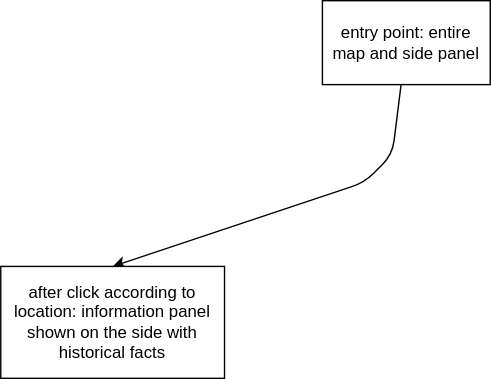
The draw.io diagram ux-design/wireframe.svg in sachiniyer/resow, before a commit. Source tidied: cells renumbered, new cells last; positions are measured from the earlier drawing's top-left corner, leaving out a move shared by most shapes.
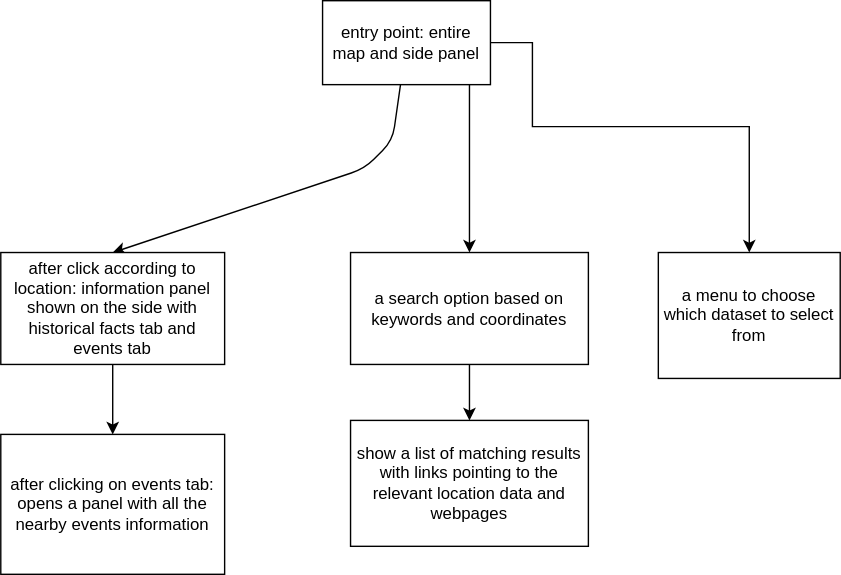
The same diagram one commit later.

Diff of the diagram source:
```diff
@@ -10,11 +10,48 @@
         </Array>
       </mxGeometry>
     </mxCell>
+    <mxCell id="5" style="edgeStyle=orthogonalEdgeStyle;rounded=0;jettySize=auto;html=1;entryX=0.5;entryY=0;entryDx=0;entryDy=0;" parent="1" edge="1" source="3" target="10">
+      <mxGeometry relative="1" as="geometry">
+        <Array as="points">
+          <mxPoint x="335" y="130" />
+          <mxPoint x="335" y="130" />
+        </Array>
+      </mxGeometry>
+    </mxCell>
+    <mxCell id="6" style="edgeStyle=orthogonalEdgeStyle;rounded=0;jettySize=auto;html=1;entryX=0.5;entryY=0;entryDx=0;entryDy=0;" parent="1" edge="1" source="3" target="12">
+      <mxGeometry relative="1" as="geometry">
+        <Array as="points">
+          <mxPoint x="380" y="40" />
+          <mxPoint x="380" y="100" />
+          <mxPoint x="535" y="100" />
+        </Array>
+      </mxGeometry>
+    </mxCell>
     <mxCell id="3" value="&lt;div&gt;entry point: entire map and side panel&lt;/div&gt;" style="whiteSpace=wrap;html=1;" parent="1" vertex="1">
-      <mxGeometry x="230" width="120" height="60" as="geometry" />
+      <mxGeometry x="230" y="10" width="120" height="60" as="geometry" />
     </mxCell>
+    <mxCell id="7" style="edgeStyle=orthogonalEdgeStyle;rounded=0;jettySize=auto;html=1;" parent="1" edge="1" source="4" target="8">
+      <mxGeometry relative="1" as="geometry" />
+    </mxCell>
-    <mxCell id="4" value="after click according to location: information panel shown on the side with historical facts" style="whiteSpace=wrap;html=1;" parent="1" vertex="1">
+    <mxCell id="4" value="after click according to location: information panel shown on the side with historical facts tab and events tab" style="whiteSpace=wrap;html=1;" parent="1" vertex="1">
       <mxGeometry y="190" width="160" height="80" as="geometry" />
     </mxCell>
+    <mxCell id="8" value="after clicking on events tab: opens a panel with all the nearby events information" style="rounded=0;whiteSpace=wrap;html=1;" parent="1" vertex="1">
+      <mxGeometry y="320" width="160" height="100" as="geometry" />
+    </mxCell>
+    <mxCell id="9" style="edgeStyle=orthogonalEdgeStyle;rounded=0;jettySize=auto;html=1;" parent="1" edge="1" source="10">
+      <mxGeometry relative="1" as="geometry">
+        <mxPoint x="335" y="310" as="targetPoint" />
+      </mxGeometry>
+    </mxCell>
+    <mxCell id="10" value="a search option based on keywords and coordinates" style="whiteSpace=wrap;html=1;" parent="1" vertex="1">
+      <mxGeometry x="250" y="190" width="170" height="80" as="geometry" />
+    </mxCell>
+    <mxCell id="11" value="show a list of matching results with links pointing to the relevant location data and webpages" style="whiteSpace=wrap;html=1;" parent="1" vertex="1">
+      <mxGeometry x="250" y="310" width="170" height="90" as="geometry" />
+    </mxCell>
+    <mxCell id="12" value="a menu to choose which dataset to select from" style="whiteSpace=wrap;html=1;" parent="1" vertex="1">
+      <mxGeometry x="470" y="190" width="130" height="90" as="geometry" />
+    </mxCell>
   </root>
 </mxGraphModel>
```
